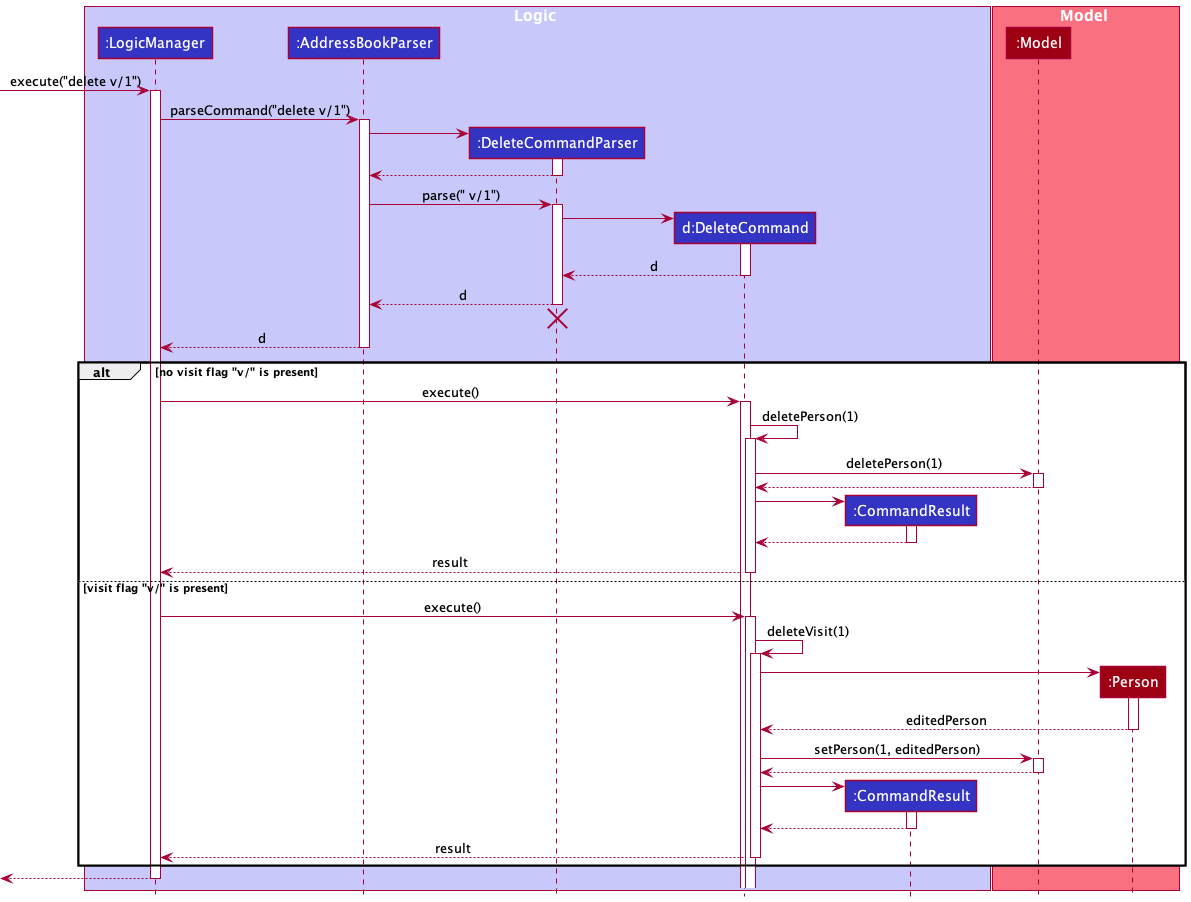
Before: docs/images/DeleteSequenceDiagram2.png, a diagram exported from PlantUML (nus-cs2103-AY2122S1/tp). Its diagram source:
```plantuml
@startuml
!include style.puml

box Logic LOGIC_COLOR_T1
participant ":LogicManager" as LogicManager LOGIC_COLOR
participant ":AddressBookParser" as AddressBookParser LOGIC_COLOR
participant ":DeleteCommandParser" as DeleteCommandParser LOGIC_COLOR
participant "d:DeleteCommand" as DeleteCommand LOGIC_COLOR
participant ":CommandResult" as CommandResult LOGIC_COLOR
end box

box Model MODEL_COLOR_T1
participant ":Model" as Model MODEL_COLOR
participant ":Person" as Person MODEL_COLOR
end box

[-> LogicManager : execute("delete v/1")
activate LogicManager

LogicManager -> AddressBookParser : parseCommand("delete v/1")
activate AddressBookParser

create DeleteCommandParser
AddressBookParser -> DeleteCommandParser
activate DeleteCommandParser

DeleteCommandParser --> AddressBookParser
deactivate DeleteCommandParser

AddressBookParser -> DeleteCommandParser : parse(" v/1")
activate DeleteCommandParser

create DeleteCommand
DeleteCommandParser -> DeleteCommand
activate DeleteCommand

DeleteCommand --> DeleteCommandParser : d
deactivate DeleteCommand

DeleteCommandParser --> AddressBookParser : d
deactivate DeleteCommandParser
DeleteCommandParser -[hidden]-> AddressBookParser
destroy DeleteCommandParser

AddressBookParser --> LogicManager : d
deactivate AddressBookParser

alt no visit flag "v/" is present
    LogicManager -> DeleteCommand : execute()
    activate DeleteCommand

    DeleteCommand -> DeleteCommand : deletePerson(1)
    activate DeleteCommand

    DeleteCommand -> Model : deletePerson(1)
    activate Model

    Model --> DeleteCommand
    deactivate Model

    create CommandResult
    DeleteCommand -> CommandResult
    activate CommandResult

    CommandResult --> DeleteCommand
    deactivate CommandResult

    DeleteCommand --> LogicManager : result
    deactivate DeleteCommand

else visit flag "v/" is present
    LogicManager -> DeleteCommand : execute()
    activate DeleteCommand

    DeleteCommand -> DeleteCommand : deleteVisit(1)
    activate DeleteCommand

    create Person
    DeleteCommand -> Person
    activate Person

    Person --> DeleteCommand: editedPerson
    deactivate Person

    DeleteCommand -> Model: setPerson(1, editedPerson)
    activate Model

    Model --> DeleteCommand
    deactivate Model

    create CommandResult
    DeleteCommand -> CommandResult
    activate CommandResult

    CommandResult --> DeleteCommand
    deactivate CommandResult

    DeleteCommand --> LogicManager : result
    deactivate DeleteCommand

end
[<--LogicManager
deactivate LogicManager
@enduml
```
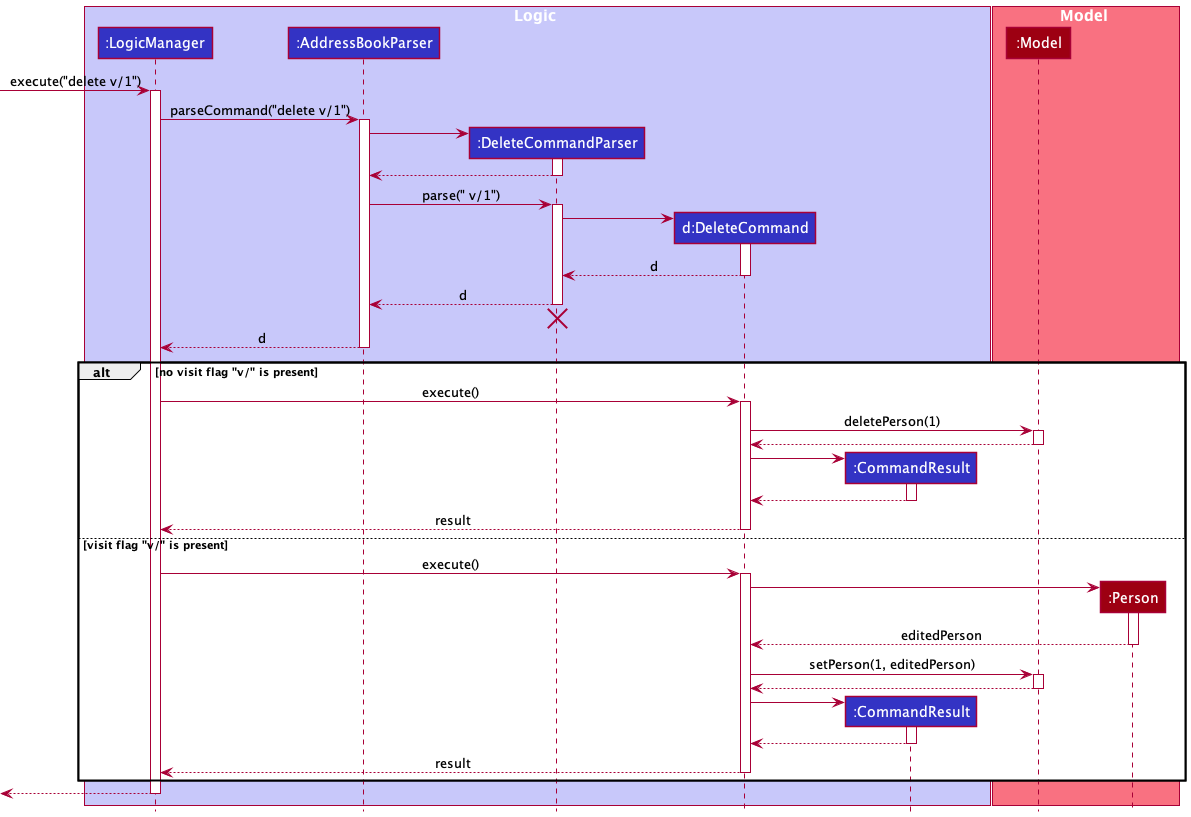
Above is the later version.

The edit, as a diff of the source:
```diff
@@ -49,8 +49,6 @@
     LogicManager -> DeleteCommand : execute()
     activate DeleteCommand
 
-    DeleteCommand -> DeleteCommand : deletePerson(1)
-    activate DeleteCommand
 
     DeleteCommand -> Model : deletePerson(1)
     activate Model
@@ -70,9 +68,6 @@
 
 else visit flag "v/" is present
     LogicManager -> DeleteCommand : execute()
-    activate DeleteCommand
-
-    DeleteCommand -> DeleteCommand : deleteVisit(1)
     activate DeleteCommand
 
     create Person
```
